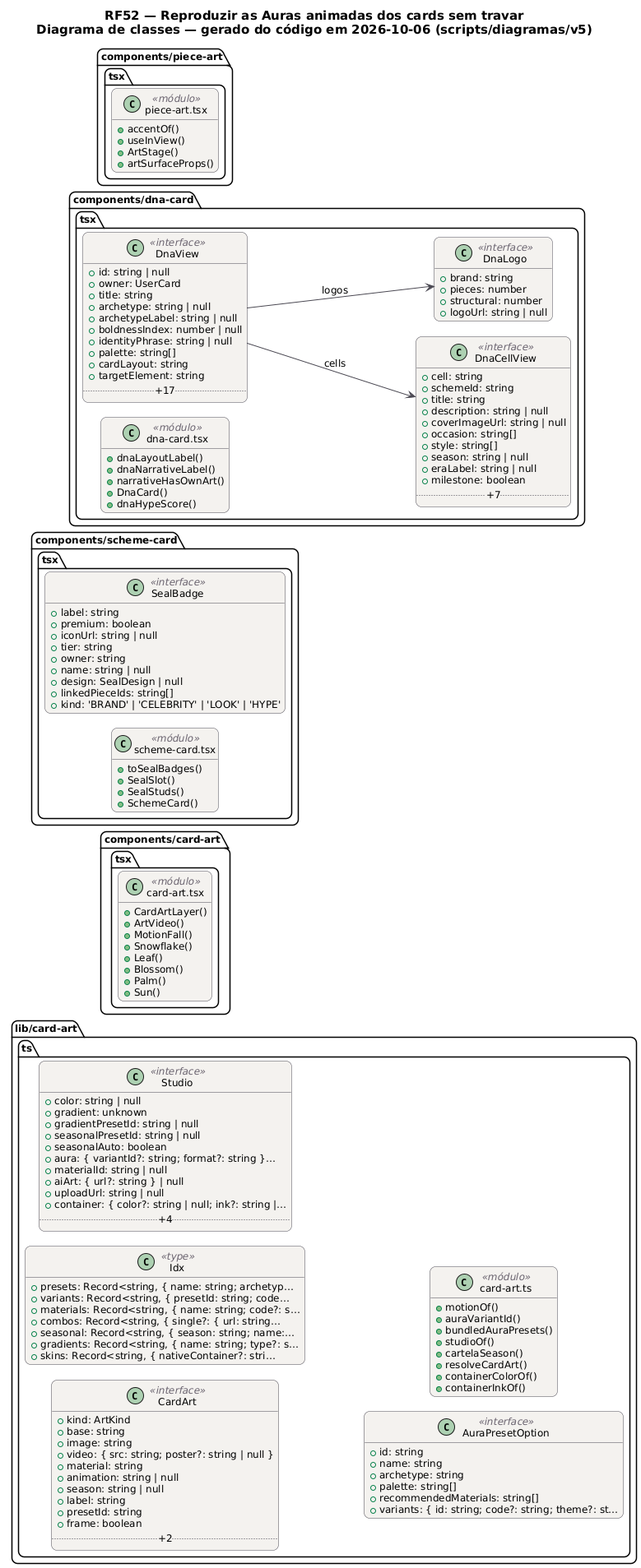
Earlier version of the PlantUML export docs/diagramas/RF52/RF52_Classes.png (MatheusHaliski/tcc-2026-fashion-ai-backend). Source of this version:
```plantuml
@startuml RF52_Classes
!pragma layout smetana
skinparam backgroundColor #FFFFFF
skinparam shadowing false
skinparam defaultFontName "DejaVu Sans"
skinparam defaultFontSize 12
skinparam titleFontSize 15
skinparam roundcorner 14
skinparam ArrowColor #52606D
skinparam note {
  BackgroundColor #FFFDEB
  BorderColor #D8CE78
  FontColor #554F24
}
skinparam class {
  BackgroundColor #F4F2EF
  BorderColor #4A4852
  ArrowColor #4A4852
  StereotypeFontColor #6B6470
}
hide empty members
left to right direction
title RF52 — Reproduzir as Auras animadas dos cards sem travar\nDiagrama de classes — gerado do código em 2026-10-06 (scripts/diagramas/v5)

package "lib/card-art.ts" {
  class CardArt as "CardArt" <<interface>> {
    +kind: ArtKind
    +base: string
    +image: string
    +video: { src: string; poster?: string | null }
    +material: string
    +animation: string | null
    +season: string | null
    +label: string
    +presetId: string
    +frame: boolean
    .. +2 ..
  }
  class Idx as "Idx" <<type>> {
    +presets: Record<string, { name: string; archetyp…
    +variants: Record<string, { presetId: string; code…
    +materials: Record<string, { name: string; code?: s…
    +combos: Record<string, { single?: { url: string…
    +seasonal: Record<string, { season: string; name:…
    +gradients: Record<string, { name: string; type?: s…
    +skins: Record<string, { nativeContainer?: stri…
  }
  class Studio as "Studio" <<interface>> {
    +color: string | null
    +gradient: unknown
    +gradientPresetId: string | null
    +seasonalPresetId: string | null
    +seasonalAuto: boolean
    +aura: { variantId?: string; format?: string }…
    +materialId: string | null
    +aiArt: { url?: string } | null
    +uploadUrl: string | null
    +container: { color?: string | null; ink?: string |…
    .. +4 ..
  }
  class AuraPresetOption as "AuraPresetOption" <<interface>> {
    +id: string
    +name: string
    +archetype: string
    +palette: string[]
    +recommendedMaterials: string[]
    +variants: { id: string; code?: string; theme?: st…
  }
  class mod_card_art_ts as "card-art.ts" <<módulo>> {
    +motionOf()
    +auraVariantId()
    +bundledAuraPresets()
    +studioOf()
    +cartelaSeason()
    +resolveCardArt()
    +containerColorOf()
    +containerInkOf()
  }
}
package "components/card-art.tsx" {
  class mod_card_art_tsx as "card-art.tsx" <<módulo>> {
    +CardArtLayer()
    +ArtVideo()
    +MotionFall()
    +Snowflake()
    +Leaf()
    +Blossom()
    +Palm()
    +Sun()
  }
}
package "components/scheme-card.tsx" {
  class SealBadge as "SealBadge" <<interface>> {
    +label: string
    +premium: boolean
    +iconUrl: string | null
    +tier: string
    +owner: string
    +name: string | null
    +design: SealDesign | null
    +linkedPieceIds: string[]
    +kind: 'BRAND' | 'CELEBRITY' | 'LOOK' | 'HYPE'
  }
  class mod_scheme_card_tsx as "scheme-card.tsx" <<módulo>> {
    +toSealBadges()
    +SealSlot()
    +SealStuds()
    +SchemeCard()
  }
}
package "components/dna-card.tsx" {
  class DnaView as "DnaView" <<interface>> {
    +id: string | null
    +owner: UserCard
    +title: string
    +archetype: string | null
    +archetypeLabel: string | null
    +boldnessIndex: number | null
    +identityPhrase: string | null
    +palette: string[]
    +cardLayout: string
    +targetElement: string
    .. +17 ..
  }
  class DnaCellView as "DnaCellView" <<interface>> {
    +cell: string
    +schemeId: string
    +title: string
    +description: string | null
    +coverImageUrl: string | null
    +occasion: string[]
    +style: string[]
    +season: string | null
    +eraLabel: string | null
    +milestone: boolean
    .. +7 ..
  }
  class DnaLogo as "DnaLogo" <<interface>> {
    +brand: string
    +pieces: number
    +structural: number
    +logoUrl: string | null
  }
  class mod_dna_card_tsx as "dna-card.tsx" <<módulo>> {
    +dnaLayoutLabel()
    +dnaNarrativeLabel()
    +narrativeHasOwnArt()
    +DnaCard()
    +dnaHypeScore()
  }
}
package "components/piece-art.tsx" {
  class mod_piece_art_tsx as "piece-art.tsx" <<módulo>> {
    +accentOf()
    +useInView()
    +ArtStage()
    +artSurfaceProps()
  }
}
DnaView --> DnaCellView : cells
DnaView --> DnaLogo : logos
@enduml
```
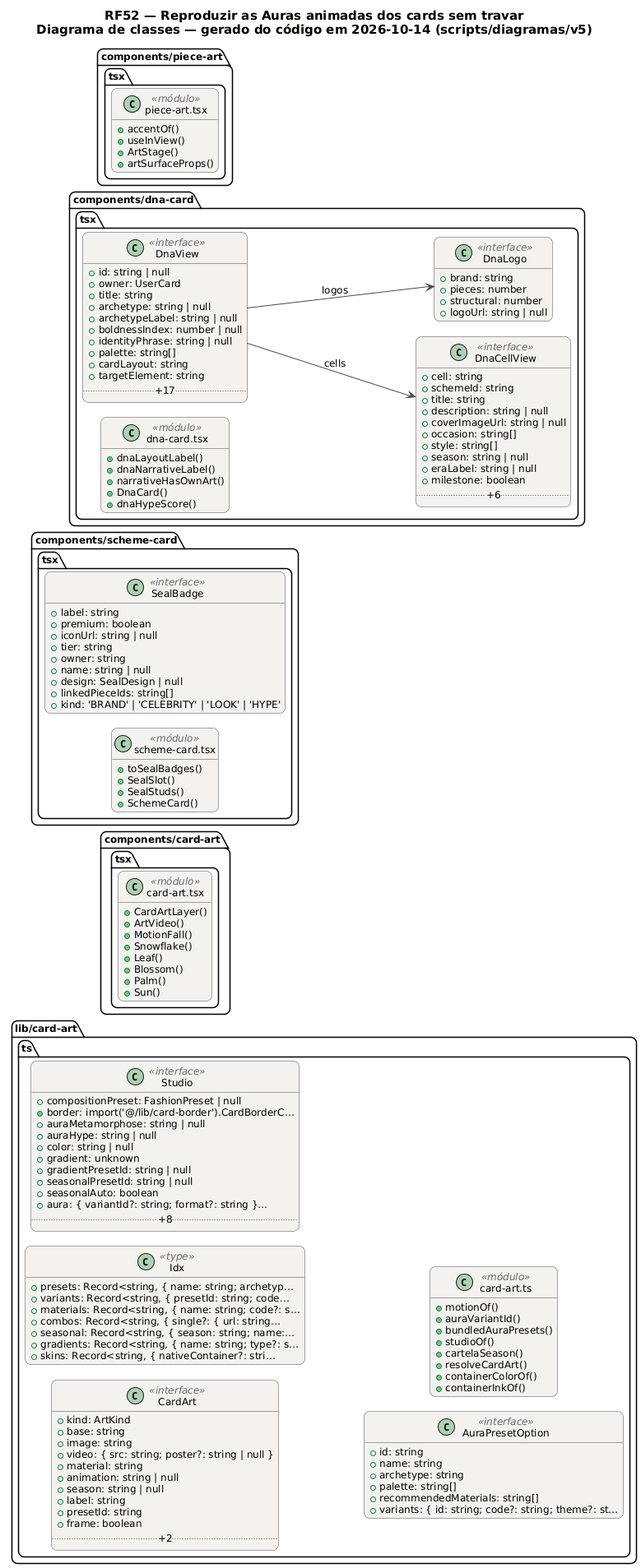
After the commit.

What changed in the source:
```diff
@@ -20,7 +20,7 @@
 }
 hide empty members
 left to right direction
-title RF52 — Reproduzir as Auras animadas dos cards sem travar\nDiagrama de classes — gerado do código em 2026-10-06 (scripts/diagramas/v5)
+title RF52 — Reproduzir as Auras animadas dos cards sem travar\nDiagrama de classes — gerado do código em 2026-10-14 (scripts/diagramas/v5)
 
 package "lib/card-art.ts" {
   class CardArt as "CardArt" <<interface>> {
@@ -46,17 +46,17 @@
     +skins: Record<string, { nativeContainer?: stri…
   }
   class Studio as "Studio" <<interface>> {
+    +compositionPreset: FashionPreset | null
+    +border: import('@/lib/card-border').CardBorderC…
+    +auraMetamorphose: string | null
+    +auraHype: string | null
     +color: string | null
     +gradient: unknown
     +gradientPresetId: string | null
     +seasonalPresetId: string | null
     +seasonalAuto: boolean
     +aura: { variantId?: string; format?: string }…
-    +materialId: string | null
-    +aiArt: { url?: string } | null
-    +uploadUrl: string | null
-    +container: { color?: string | null; ink?: string |…
-    .. +4 ..
+    .. +8 ..
   }
   class AuraPresetOption as "AuraPresetOption" <<interface>> {
     +id: string
@@ -133,7 +133,7 @@
     +season: string | null
     +eraLabel: string | null
     +milestone: boolean
-    .. +7 ..
+    .. +6 ..
   }
   class DnaLogo as "DnaLogo" <<interface>> {
     +brand: string
```
